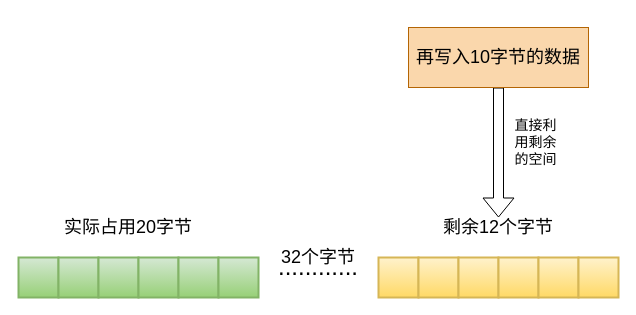
Before: page "第 2 页" (2 of 6) of Redis内存清理/1.drawio in chenjiabing666/BlogImage, a draw.io diagram. Source tidied: cells renumbered, new cells numbered last; positions are measured from the earlier drawing's top-left corner, leaving out a move shared by most shapes. Both pictures are drawn from the tidied source at 100%, with x=0, y=0 at pixel (18, 17).
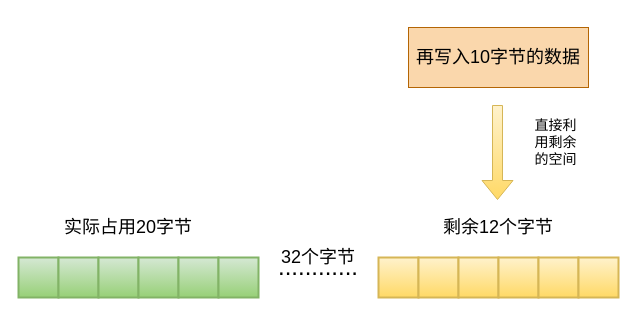
After the change.

Unchanged cells that the change refers to:
```xml
<mxCell id="16" value="&lt;font style=&quot;font-size: 18px&quot;&gt;剩余12个字节&lt;/font&gt;" style="text;html=1;strokeColor=none;fillColor=none;align=center;verticalAlign=middle;whiteSpace=wrap;rounded=0;" parent="1" vertex="1">
  <mxGeometry x="415" y="200" width="130" height="20" as="geometry" />
</mxCell>
<mxCell id="18" value="&lt;font style=&quot;font-size: 18px&quot;&gt;再写入10字节的数据&lt;/font&gt;" style="rounded=0;whiteSpace=wrap;html=1;strokeWidth=1;fillColor=#fad7ac;strokeColor=#b46504;" parent="1" vertex="1">
  <mxGeometry x="390" y="10" width="180" height="60" as="geometry" />
</mxCell>
```

The edit, as a diff of the source:
```diff
@@
-    <mxCell id="17" style="edgeStyle=orthogonalEdgeStyle;rounded=0;jettySize=auto;html=1;entryX=0.5;entryY=0;entryDx=0;entryDy=0;shape=flexArrow;" parent="1" edge="1" source="18" target="16">
-      <mxGeometry relative="1" as="geometry" />
-    </mxCell>
@@
     <mxCell id="20" value="&lt;font style=&quot;font-size: 14px&quot;&gt;直接利用剩余的空间&lt;/font&gt;" style="text;html=1;strokeColor=none;fillColor=none;align=center;verticalAlign=middle;whiteSpace=wrap;rounded=0;" parent="1" vertex="1">
-      <mxGeometry x="495" width="45" height="250" as="geometry" />
+      <mxGeometry x="515" width="45" height="250" as="geometry" />
     </mxCell>
+    <mxCell id="21" style="shape=flexArrow;endArrow=classic;html=1;gradientColor=#ffd966;fillColor=#fff2cc;strokeColor=#d6b656;" parent="1" edge="1">
+      <mxGeometry relative="1" as="geometry">
+        <mxPoint x="479" y="87.5" as="sourcePoint" />
+        <mxPoint x="479" y="182.5" as="targetPoint" />
+      </mxGeometry>
+    </mxCell>
```
